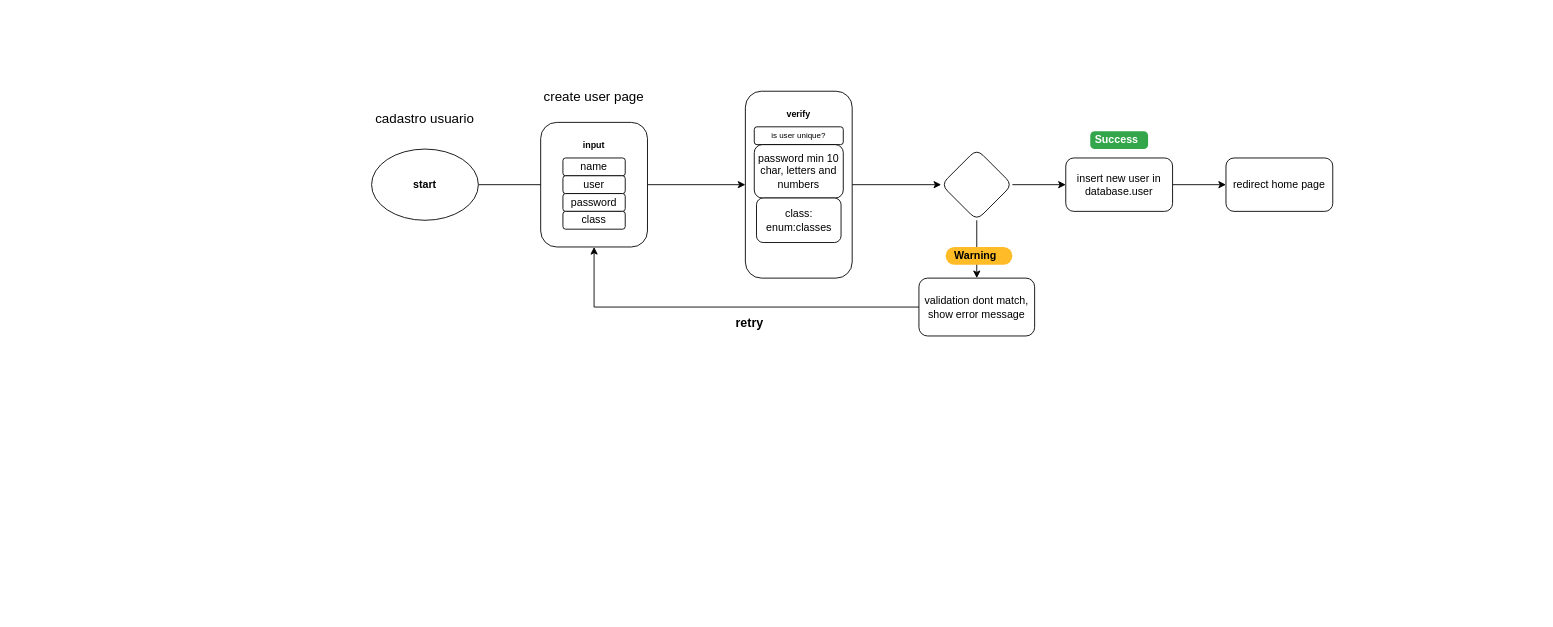
The draw.io diagram fluxograma.drawio in matheus98g/controle-de-ativos-senac, before the edit. Source tidied: cells renumbered, new cells numbered last; positions are measured from the earlier drawing's top-left corner, leaving out a move shared by most shapes. Both pictures are drawn from the tidied source at 89%, with x=0, y=0 at pixel (353, 64).
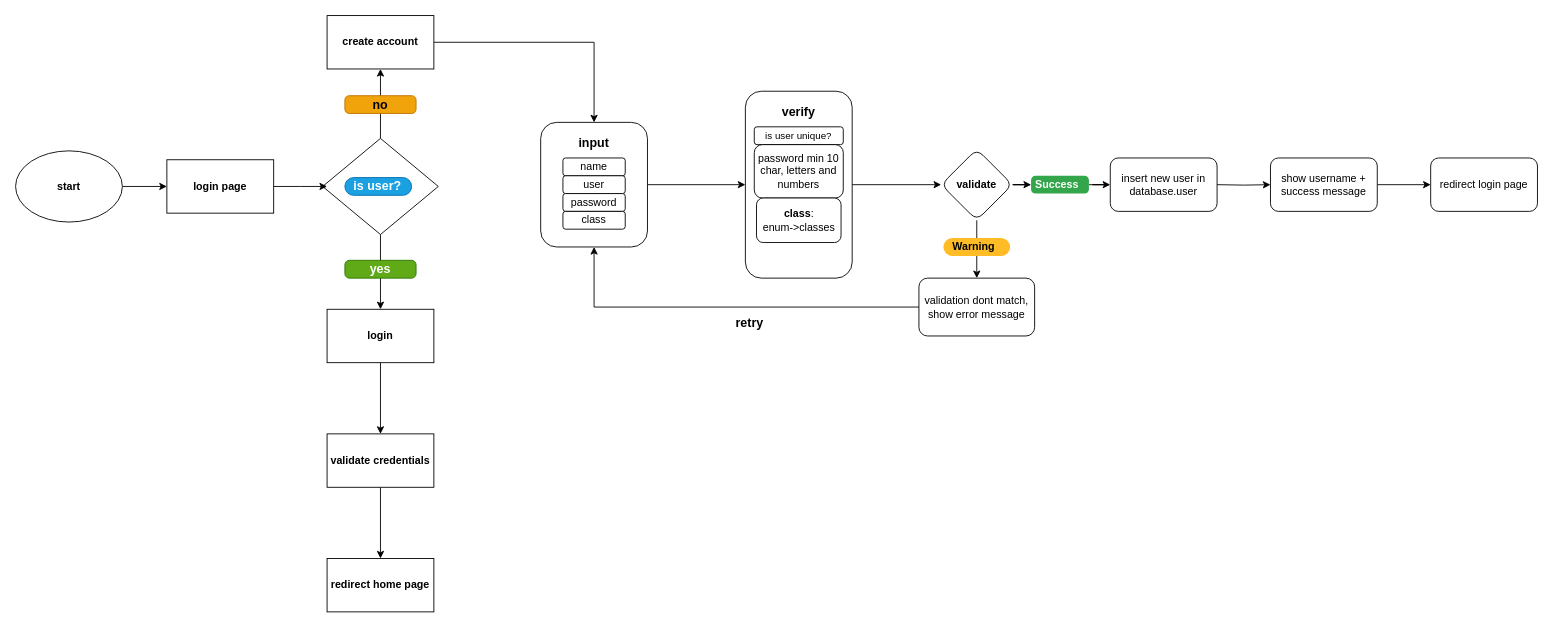
Above is the later version.

What changed in the source:
```diff
@@
-    <mxCell id="2" style="edgeStyle=orthogonalEdgeStyle;rounded=0;jettySize=auto;html=1;" parent="1" edge="1" source="3" target="11">
-      <mxGeometry relative="1" as="geometry">
-        <Array as="points">
-          <mxPoint x="270" y="135" />
-        </Array>
-      </mxGeometry>
-    </mxCell>
+    <mxCell id="30" style="edgeStyle=orthogonalEdgeStyle;rounded=0;jettySize=auto;html=1;" parent="1" edge="1" source="3" target="48">
+      <mxGeometry relative="1" as="geometry" />
+    </mxCell>
-    <mxCell id="3" value="start" style="ellipse;whiteSpace=wrap;html=1;fontStyle=1;" parent="1" vertex="1">
-      <mxGeometry x="20" y="95" width="120" height="80" as="geometry" />
+    <mxCell id="3" value="start" style="ellipse;whiteSpace=wrap;html=1;fontStyle=1;fontFamily=Helvetica;" parent="1" vertex="1">
+      <mxGeometry x="-380" y="97" width="120" height="80" as="geometry" />
     </mxCell>
-    <mxCell id="4" style="edgeStyle=orthogonalEdgeStyle;rounded=0;jettySize=auto;html=1;" parent="1" edge="1" source="5" target="13">
+    <mxCell id="4" style="edgeStyle=orthogonalEdgeStyle;rounded=0;jettySize=auto;html=1;fontFamily=Helvetica;" parent="1" edge="1" source="5" target="13">
       <mxGeometry relative="1" as="geometry" />
     </mxCell>
-    <mxCell id="5" style="rounded=1;whiteSpace=wrap;html=1;" parent="1" vertex="1">
+    <mxCell id="5" style="rounded=1;whiteSpace=wrap;html=1;fontFamily=Helvetica;" parent="1" vertex="1">
       <mxGeometry x="210" y="65" width="120" height="140" as="geometry" />
     </mxCell>
-    <mxCell id="6" value="cadastro usuario" style="text;html=1;align=center;verticalAlign=middle;whiteSpace=wrap;rounded=0;strokeWidth=15;strokeColor=none;fontSize=15;" parent="1" vertex="1">
-      <mxGeometry y="25" width="160" height="70" as="geometry" />
-    </mxCell>
-    <mxCell id="7" value="name" style="rounded=1;whiteSpace=wrap;html=1;" parent="1" vertex="1">
+    <mxCell id="7" value="name" style="rounded=1;whiteSpace=wrap;html=1;fontFamily=Helvetica;" parent="1" vertex="1">
       <mxGeometry x="235" y="105" width="70" height="20" as="geometry" />
     </mxCell>
-    <mxCell id="8" value="user" style="rounded=1;whiteSpace=wrap;html=1;" parent="1" vertex="1">
+    <mxCell id="8" value="user" style="rounded=1;whiteSpace=wrap;html=1;fontFamily=Helvetica;" parent="1" vertex="1">
       <mxGeometry x="235" y="125" width="70" height="20" as="geometry" />
     </mxCell>
-    <mxCell id="9" value="password" style="rounded=1;whiteSpace=wrap;html=1;" parent="1" vertex="1">
+    <mxCell id="9" value="password" style="rounded=1;whiteSpace=wrap;html=1;fontFamily=Helvetica;" parent="1" vertex="1">
       <mxGeometry x="235" y="145" width="70" height="20" as="geometry" />
     </mxCell>
-    <mxCell id="10" value="class" style="rounded=1;whiteSpace=wrap;html=1;" parent="1" vertex="1">
+    <mxCell id="10" value="class" style="rounded=1;whiteSpace=wrap;html=1;fontFamily=Helvetica;" parent="1" vertex="1">
       <mxGeometry x="235" y="165" width="70" height="20" as="geometry" />
     </mxCell>
-    <mxCell id="11" value="&lt;font style=&quot;font-size: 10px;&quot;&gt;input&lt;/font&gt;" style="text;html=1;align=center;verticalAlign=middle;whiteSpace=wrap;rounded=0;fontStyle=1;" parent="1" vertex="1">
-      <mxGeometry x="240" y="75" width="60" height="30" as="geometry" />
+    <mxCell id="11" value="&lt;font style=&quot;font-size: 14px;&quot;&gt;input&lt;/font&gt;" style="text;html=1;align=center;verticalAlign=middle;whiteSpace=wrap;rounded=0;fontStyle=1;fontSize=14;fontFamily=Helvetica;" parent="1" vertex="1">
+      <mxGeometry x="240" y="73" width="60" height="30" as="geometry" />
     </mxCell>
-    <mxCell id="12" style="edgeStyle=orthogonalEdgeStyle;rounded=0;jettySize=auto;html=1;" parent="1" edge="1" source="13" target="20">
+    <mxCell id="12" style="edgeStyle=orthogonalEdgeStyle;rounded=0;jettySize=auto;html=1;fontFamily=Helvetica;" parent="1" edge="1" source="13" target="20">
       <mxGeometry relative="1" as="geometry" />
     </mxCell>
-    <mxCell id="13" style="rounded=1;whiteSpace=wrap;html=1;" parent="1" vertex="1">
+    <mxCell id="13" style="rounded=1;whiteSpace=wrap;html=1;fontFamily=Helvetica;" parent="1" vertex="1">
       <mxGeometry x="440" y="30" width="120" height="210" as="geometry" />
     </mxCell>
-    <mxCell id="14" value="is user unique?" style="rounded=1;whiteSpace=wrap;html=1;fontSize=9;" parent="1" vertex="1">
+    <mxCell id="14" value="is user unique?" style="rounded=1;whiteSpace=wrap;html=1;fontSize=11;fontFamily=Helvetica;" parent="1" vertex="1">
       <mxGeometry x="450" y="70" width="100" height="20" as="geometry" />
     </mxCell>
-    <mxCell id="15" value="password min 10 char, letters and numbers" style="rounded=1;whiteSpace=wrap;html=1;" parent="1" vertex="1">
+    <mxCell id="15" value="password min 10 char, letters and numbers" style="rounded=1;whiteSpace=wrap;html=1;fontFamily=Helvetica;" parent="1" vertex="1">
       <mxGeometry x="450" y="90" width="100" height="60" as="geometry" />
     </mxCell>
-    <mxCell id="16" value="&lt;font style=&quot;font-size: 10px;&quot;&gt;verify&lt;/font&gt;" style="text;html=1;align=center;verticalAlign=middle;whiteSpace=wrap;rounded=0;fontStyle=1;" parent="1" vertex="1">
-      <mxGeometry x="470" y="40" width="60" height="30" as="geometry" />
+    <mxCell id="16" value="&lt;font style=&quot;font-size: 14px;&quot;&gt;verify&lt;/font&gt;" style="text;html=1;align=center;verticalAlign=middle;whiteSpace=wrap;rounded=0;fontStyle=1;fontSize=14;fontFamily=Helvetica;" parent="1" vertex="1">
+      <mxGeometry x="470" y="38" width="60" height="30" as="geometry" />
     </mxCell>
-    <mxCell id="17" value="class: enum:classes" style="rounded=1;whiteSpace=wrap;html=1;" parent="1" vertex="1">
+    <mxCell id="17" value="&lt;b&gt;class&lt;/b&gt;: &lt;br&gt;enum-&amp;gt;classes" style="rounded=1;whiteSpace=wrap;html=1;fontFamily=Helvetica;" parent="1" vertex="1">
       <mxGeometry x="452.5" y="150" width="95" height="50" as="geometry" />
     </mxCell>
-    <mxCell id="18" style="edgeStyle=orthogonalEdgeStyle;rounded=0;jettySize=auto;html=1;" parent="1" edge="1" source="20" target="22">
+    <mxCell id="18" style="edgeStyle=orthogonalEdgeStyle;rounded=0;jettySize=auto;html=1;fontFamily=Helvetica;" parent="1" edge="1" source="23" target="22">
       <mxGeometry relative="1" as="geometry" />
     </mxCell>
+    <mxCell id="31" style="edgeStyle=orthogonalEdgeStyle;rounded=0;jettySize=auto;html=1;" parent="1" edge="1" source="20" target="23">
+      <mxGeometry relative="1" as="geometry" />
+    </mxCell>
@@
-    <mxCell id="20" style="rhombus;whiteSpace=wrap;html=1;rounded=1;" parent="1" vertex="1">
+    <mxCell id="20" value="validate" style="rhombus;whiteSpace=wrap;html=1;rounded=1;fontFamily=Helvetica;fontStyle=1;" parent="1" vertex="1">
       <mxGeometry x="660" y="95" width="80" height="80" as="geometry" />
     </mxCell>
-    <mxCell id="21" style="edgeStyle=orthogonalEdgeStyle;rounded=0;jettySize=auto;html=1;" parent="1" edge="1" source="22" target="27">
-      <mxGeometry relative="1" as="geometry" />
+    <mxCell id="21" style="edgeStyle=orthogonalEdgeStyle;rounded=0;jettySize=auto;html=1;fontFamily=Helvetica;" parent="1" edge="1" target="27">
+      <mxGeometry relative="1" as="geometry">
+        <mxPoint x="970" y="135" as="sourcePoint" />
+      </mxGeometry>
     </mxCell>
-    <mxCell id="22" value="insert new user in database.user" style="whiteSpace=wrap;html=1;rounded=1;" parent="1" vertex="1">
-      <mxGeometry x="800" y="105" width="120" height="60" as="geometry" />
+    <mxCell id="22" value="insert new user in database.user" style="whiteSpace=wrap;html=1;rounded=1;fontFamily=Helvetica;" parent="1" vertex="1">
+      <mxGeometry x="850" y="105" width="120" height="60" as="geometry" />
     </mxCell>
-    <mxCell id="23" value="Success" style="html=1;shadow=0;dashed=0;shape=mxgraph.bootstrap.rrect;rSize=5;strokeColor=none;strokeWidth=1;fillColor=#33A64C;fontColor=#FFFFFF;whiteSpace=wrap;align=left;verticalAlign=middle;spacingLeft=0;fontStyle=1;fontSize=12;spacing=5;" parent="1" vertex="1">
-      <mxGeometry x="827.5" y="75" width="65" height="20" as="geometry" />
-    </mxCell>
-    <mxCell id="24" style="edgeStyle=orthogonalEdgeStyle;rounded=0;jettySize=auto;html=1;entryX=0.5;entryY=1;entryDx=0;entryDy=0;" parent="1" edge="1" source="25" target="5">
+    <mxCell id="24" style="edgeStyle=orthogonalEdgeStyle;rounded=0;jettySize=auto;html=1;entryX=0.5;entryY=1;entryDx=0;entryDy=0;fontFamily=Helvetica;" parent="1" edge="1" source="25" target="5">
       <mxGeometry relative="1" as="geometry" />
     </mxCell>
-    <mxCell id="25" value="validation dont match, show error message" style="whiteSpace=wrap;html=1;rounded=1;" parent="1" vertex="1">
+    <mxCell id="25" value="validation dont match, show error message" style="whiteSpace=wrap;html=1;rounded=1;fontFamily=Helvetica;" parent="1" vertex="1">
       <mxGeometry x="635" y="240" width="130" height="65" as="geometry" />
     </mxCell>
-    <mxCell id="26" value="Warning" style="rounded=1;whiteSpace=wrap;html=1;arcSize=50;strokeColor=none;strokeWidth=1;fillColor=#FFBC26;fontColor=#000000;whiteSpace=wrap;align=left;verticalAlign=middle;spacingLeft=0;fontStyle=1;fontSize=12;spacing=10;" parent="1" vertex="1">
-      <mxGeometry x="665" y="205" width="75" height="20" as="geometry" />
+    <mxCell id="26" value="Warning" style="rounded=1;whiteSpace=wrap;html=1;arcSize=50;strokeColor=none;strokeWidth=1;fillColor=#FFBC26;fontColor=#000000;whiteSpace=wrap;align=left;verticalAlign=middle;spacingLeft=0;fontStyle=1;fontSize=12;spacing=10;fontFamily=Helvetica;" parent="1" vertex="1">
+      <mxGeometry x="662.5" y="195" width="75" height="20" as="geometry" />
     </mxCell>
+    <mxCell id="32" style="edgeStyle=orthogonalEdgeStyle;rounded=0;jettySize=auto;html=1;" parent="1" edge="1" source="27" target="33">
+      <mxGeometry relative="1" as="geometry" />
+    </mxCell>
-    <mxCell id="27" value="redirect home page" style="whiteSpace=wrap;html=1;rounded=1;" parent="1" vertex="1">
-      <mxGeometry x="980" y="105" width="120" height="60" as="geometry" />
+    <mxCell id="27" value="show username + success message" style="whiteSpace=wrap;html=1;rounded=1;fontFamily=Helvetica;" parent="1" vertex="1">
+      <mxGeometry x="1030" y="105" width="120" height="60" as="geometry" />
     </mxCell>
-    <mxCell id="28" value="retry" style="text;html=1;align=center;verticalAlign=middle;whiteSpace=wrap;rounded=0;fontSize=14;fontStyle=1;" parent="1" vertex="1">
+    <mxCell id="28" value="retry" style="text;html=1;align=center;verticalAlign=middle;whiteSpace=wrap;rounded=0;fontSize=14;fontStyle=1;fontFamily=Helvetica;" parent="1" vertex="1">
       <mxGeometry x="410" y="275" width="70" height="30" as="geometry" />
     </mxCell>
-    <mxCell id="29" value="create user page" style="text;html=1;align=center;verticalAlign=middle;whiteSpace=wrap;rounded=0;strokeWidth=15;strokeColor=none;fontSize=15;" parent="1" vertex="1">
-      <mxGeometry x="190" width="160" height="70" as="geometry" />
-    </mxCell>
+    <mxCell id="23" value="Success" style="html=1;shadow=0;dashed=0;shape=mxgraph.bootstrap.rrect;rSize=5;strokeColor=none;strokeWidth=1;fillColor=#33A64C;fontColor=#FFFFFF;whiteSpace=wrap;align=left;verticalAlign=middle;spacingLeft=0;fontStyle=1;fontSize=12;spacing=5;fontFamily=Helvetica;" parent="1" vertex="1">
+      <mxGeometry x="761" y="125" width="65" height="20" as="geometry" />
+    </mxCell>
+    <mxCell id="33" value="redirect login page" style="whiteSpace=wrap;html=1;rounded=1;fontFamily=Helvetica;" parent="1" vertex="1">
+      <mxGeometry x="1210" y="105" width="120" height="60" as="geometry" />
+    </mxCell>
+    <mxCell id="34" style="edgeStyle=orthogonalEdgeStyle;rounded=0;jettySize=auto;html=1;exitX=1;exitY=0.5;exitDx=0;exitDy=0;entryX=0.5;entryY=0;entryDx=0;entryDy=0;" parent="1" edge="1" source="35" target="5">
+      <mxGeometry relative="1" as="geometry" />
+    </mxCell>
+    <mxCell id="35" value="create account" style="whiteSpace=wrap;html=1;fontStyle=1;" parent="1" vertex="1">
+      <mxGeometry x="-30" y="-55" width="120" height="60" as="geometry" />
+    </mxCell>
+    <mxCell id="36" style="edgeStyle=orthogonalEdgeStyle;rounded=0;jettySize=auto;html=1;exitX=0.5;exitY=1;exitDx=0;exitDy=0;entryX=0.5;entryY=0;entryDx=0;entryDy=0;" parent="1" edge="1" source="38" target="40">
+      <mxGeometry relative="1" as="geometry" />
+    </mxCell>
+    <mxCell id="37" style="edgeStyle=orthogonalEdgeStyle;rounded=0;jettySize=auto;html=1;exitX=0.5;exitY=0;exitDx=0;exitDy=0;entryX=0.5;entryY=1;entryDx=0;entryDy=0;" parent="1" edge="1" source="38" target="35">
+      <mxGeometry relative="1" as="geometry" />
+    </mxCell>
+    <mxCell id="38" style="rhombus;whiteSpace=wrap;html=1;fontStyle=1;" parent="1" vertex="1">
+      <mxGeometry x="-35" y="83" width="130" height="108" as="geometry" />
+    </mxCell>
+    <mxCell id="39" style="edgeStyle=orthogonalEdgeStyle;rounded=0;jettySize=auto;html=1;" parent="1" edge="1" source="40" target="45">
+      <mxGeometry relative="1" as="geometry" />
+    </mxCell>
+    <mxCell id="40" value="login" style="whiteSpace=wrap;html=1;fontStyle=1;" parent="1" vertex="1">
+      <mxGeometry x="-30" y="275" width="120" height="60" as="geometry" />
+    </mxCell>
+    <mxCell id="41" value="is user?" style="rounded=1;whiteSpace=wrap;html=1;arcSize=50;strokeColor=#006EAF;strokeWidth=1;fillColor=#1ba1e2;fontColor=#ffffff;whiteSpace=wrap;align=left;verticalAlign=middle;spacingLeft=0;fontStyle=1;fontSize=14;spacing=10;" parent="1" vertex="1">
+      <mxGeometry x="-10" y="127" width="75" height="20" as="geometry" />
+    </mxCell>
+    <mxCell id="42" value="no" style="html=1;shadow=0;dashed=0;shape=mxgraph.bootstrap.rrect;rSize=5;strokeColor=#BD7000;strokeWidth=1;fillColor=#f0a30a;whiteSpace=wrap;align=center;verticalAlign=middle;spacingLeft=0;fontStyle=1;fontSize=14;spacing=5;fontColor=#000000;" parent="1" vertex="1">
+      <mxGeometry x="-10" y="35" width="80" height="20" as="geometry" />
+    </mxCell>
+    <mxCell id="43" value="yes" style="html=1;shadow=0;dashed=0;shape=mxgraph.bootstrap.rrect;rSize=5;strokeColor=#2D7600;strokeWidth=1;fillColor=#60a917;fontColor=#ffffff;whiteSpace=wrap;align=center;verticalAlign=middle;spacingLeft=0;fontStyle=1;fontSize=14;spacing=5;" parent="1" vertex="1">
+      <mxGeometry x="-10" y="220" width="80" height="20" as="geometry" />
+    </mxCell>
+    <mxCell id="44" style="edgeStyle=orthogonalEdgeStyle;rounded=0;jettySize=auto;html=1;" parent="1" edge="1" source="45" target="46">
+      <mxGeometry relative="1" as="geometry" />
+    </mxCell>
+    <mxCell id="45" value="validate credentials" style="whiteSpace=wrap;html=1;fontStyle=1;" parent="1" vertex="1">
+      <mxGeometry x="-30" y="415" width="120" height="60" as="geometry" />
+    </mxCell>
+    <mxCell id="46" value="redirect home page" style="whiteSpace=wrap;html=1;fontStyle=1;" parent="1" vertex="1">
+      <mxGeometry x="-30" y="555" width="120" height="60" as="geometry" />
+    </mxCell>
+    <mxCell id="47" style="edgeStyle=orthogonalEdgeStyle;rounded=0;jettySize=auto;html=1;" parent="1" edge="1" source="48">
+      <mxGeometry relative="1" as="geometry">
+        <mxPoint x="-30" y="137" as="targetPoint" />
+      </mxGeometry>
+    </mxCell>
+    <mxCell id="48" value="login page" style="whiteSpace=wrap;html=1;fontStyle=1;" parent="1" vertex="1">
+      <mxGeometry x="-210" y="107" width="120" height="60" as="geometry" />
+    </mxCell>
```
